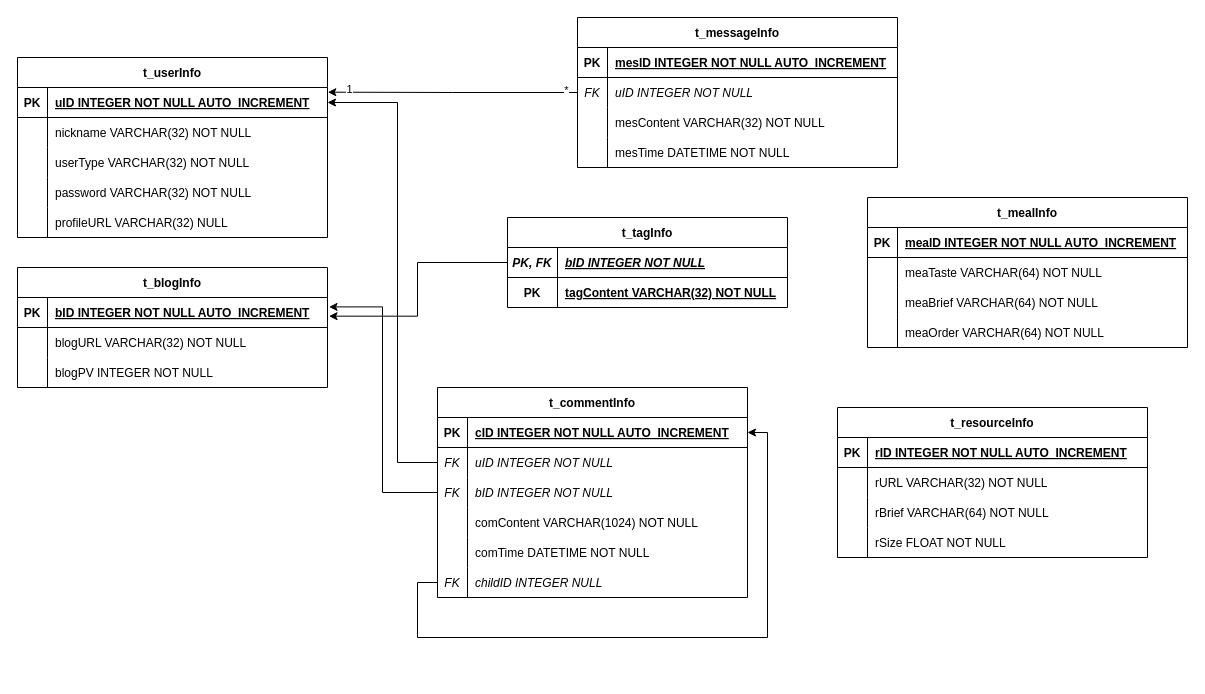
yggycs/yggycs-Blog keeps this draw.io diagram as 开发文档/figure/ER图/ERpic.drawio. Above is the earlier version. Source tidied: cells renumbered, new cells numbered last; positions are measured from the earlier drawing's top-left corner, leaving out a move shared by most shapes. Both pictures are drawn from the tidied source at 100%, with x=0, y=0 at pixel (17, 17).
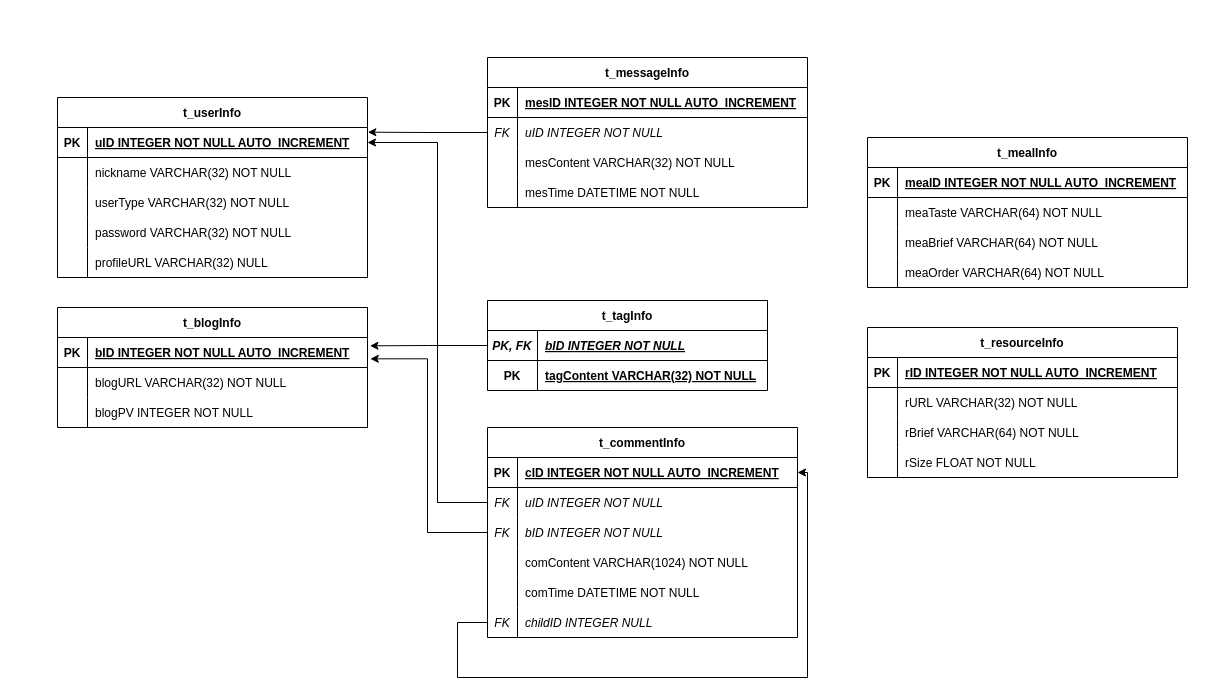
The same page after the edit.

The change refers to these unchanged cells:
```xml
<mxCell id="3" style="shape=tableRow;horizontal=0;startSize=0;swimlaneHead=0;swimlaneBody=0;fillColor=none;points=[[0,0.5],[1,0.5]];portConstraint=eastwest;strokeColor=inherit;top=0;left=0;right=0;bottom=1;" parent="2" vertex="1">
  <mxGeometry y="30" width="310" height="30" as="geometry" />
</mxCell>
<mxCell id="19" style="shape=tableRow;horizontal=0;startSize=0;swimlaneHead=0;swimlaneBody=0;fillColor=none;points=[[0,0.5],[1,0.5]];portConstraint=eastwest;strokeColor=inherit;top=0;left=0;right=0;bottom=1;" parent="18" vertex="1">
  <mxGeometry y="30" width="310" height="30" as="geometry" />
</mxCell>
<mxCell id="29" style="shape=tableRow;horizontal=0;startSize=0;swimlaneHead=0;swimlaneBody=0;fillColor=none;points=[[0,0.5],[1,0.5]];portConstraint=eastwest;strokeColor=inherit;top=0;left=0;right=0;bottom=1;" parent="28" vertex="1">
  <mxGeometry y="30" width="280" height="30" as="geometry" />
</mxCell>
<mxCell id="64" style="shape=tableRow;horizontal=0;startSize=0;swimlaneHead=0;swimlaneBody=0;fillColor=none;points=[[0,0.5],[1,0.5]];portConstraint=eastwest;strokeColor=inherit;top=0;left=0;right=0;bottom=1;" parent="63" vertex="1">
  <mxGeometry y="30" width="310" height="30" as="geometry" />
</mxCell>
<mxCell id="67" style="shape=tableRow;horizontal=0;startSize=0;swimlaneHead=0;swimlaneBody=0;fillColor=none;points=[[0,0.5],[1,0.5]];portConstraint=eastwest;strokeColor=inherit;top=0;left=0;right=0;bottom=0;" parent="63" vertex="1">
  <mxGeometry y="60" width="310" height="30" as="geometry" />
</mxCell>
<mxCell id="70" style="shape=tableRow;horizontal=0;startSize=0;swimlaneHead=0;swimlaneBody=0;fillColor=none;points=[[0,0.5],[1,0.5]];portConstraint=eastwest;strokeColor=inherit;top=0;left=0;right=0;bottom=0;" parent="63" vertex="1">
  <mxGeometry y="90" width="310" height="30" as="geometry" />
</mxCell>
<mxCell id="79" style="shape=tableRow;horizontal=0;startSize=0;swimlaneHead=0;swimlaneBody=0;fillColor=none;points=[[0,0.5],[1,0.5]];portConstraint=eastwest;strokeColor=inherit;top=0;left=0;right=0;bottom=0;" parent="63" vertex="1">
  <mxGeometry y="180" width="310" height="30" as="geometry" />
</mxCell>
<mxCell id="97" style="edgeStyle=orthogonalEdgeStyle;rounded=0;jettySize=auto;html=1;exitX=0;exitY=0.5;exitDx=0;exitDy=0;entryX=1.001;entryY=0.156;entryDx=0;entryDy=0;entryPerimeter=0;" parent="1" edge="1" source="88" target="3">
  <mxGeometry relative="1" as="geometry" />
</mxCell>
```

Change to the diagram source:
```diff
@@
     <mxCell id="2" value="t_userInfo" style="shape=table;startSize=30;childLayout=tableLayout;rowLines=0;fontStyle=1;align=center;" parent="1" vertex="1">
-      <mxGeometry y="40" width="310" height="180" as="geometry" />
+      <mxGeometry x="40" y="80" width="310" height="180" as="geometry" />
     </mxCell>
@@
     <mxCell id="18" value="t_blogInfo" style="shape=table;startSize=30;childLayout=tableLayout;rowLines=0;fontStyle=1;align=center;" parent="1" vertex="1">
-      <mxGeometry y="250" width="310" height="120" as="geometry" />
+      <mxGeometry x="40" y="290" width="310" height="120" as="geometry" />
     </mxCell>
@@
     <mxCell id="28" value="t_tagInfo" style="shape=table;startSize=30;childLayout=tableLayout;rowLines=0;fontStyle=1;align=center;" parent="1" vertex="1">
-      <mxGeometry x="490" y="200" width="280" height="90" as="geometry" />
+      <mxGeometry x="470" y="283" width="280" height="90" as="geometry" />
     </mxCell>
@@
     <mxCell id="35" value="t_mealInfo" style="shape=table;startSize=30;childLayout=tableLayout;rowLines=0;fontStyle=1;align=center;" parent="1" vertex="1">
-      <mxGeometry x="850" y="180" width="320" height="150" as="geometry" />
+      <mxGeometry x="850" y="120" width="320" height="150" as="geometry" />
     </mxCell>
@@
     <mxCell id="48" style="edgeStyle=orthogonalEdgeStyle;rounded=0;jettySize=auto;html=1;exitX=0;exitY=0.5;exitDx=0;exitDy=0;entryX=1;entryY=0.5;entryDx=0;entryDy=0;" parent="1" edge="1" source="79" target="64">
       <mxGeometry relative="1" as="geometry">
         <Array as="points">
-          <mxPoint x="400" y="565" />
-          <mxPoint x="400" y="620" />
-          <mxPoint x="750" y="620" />
-          <mxPoint x="750" y="415" />
+          <mxPoint x="440" y="605" />
+          <mxPoint x="440" y="660" />
+          <mxPoint x="790" y="660" />
+          <mxPoint x="790" y="455" />
         </Array>
       </mxGeometry>
     </mxCell>
     <mxCell id="49" value="t_resourceInfo" style="shape=table;startSize=30;childLayout=tableLayout;rowLines=0;fontStyle=1;align=center;" parent="1" vertex="1">
-      <mxGeometry x="820" y="390" width="310" height="150" as="geometry" />
+      <mxGeometry x="850" y="310" width="310" height="150" as="geometry" />
     </mxCell>
@@
-    <mxCell id="62" style="edgeStyle=orthogonalEdgeStyle;rounded=0;jettySize=auto;html=1;exitX=0;exitY=0.5;exitDx=0;exitDy=0;entryX=1.005;entryY=0.622;entryDx=0;entryDy=0;entryPerimeter=0;" parent="1" edge="1" source="29" target="19">
-      <mxGeometry relative="1" as="geometry" />
-    </mxCell>
     <mxCell id="63" value="t_commentInfo" style="shape=table;startSize=30;childLayout=tableLayout;rowLines=0;fontStyle=1;align=center;" parent="1" vertex="1">
-      <mxGeometry x="420" y="370" width="310" height="210" as="geometry" />
+      <mxGeometry x="470" y="410" width="310" height="210" as="geometry" />
     </mxCell>
@@
     <mxCell id="82" style="edgeStyle=orthogonalEdgeStyle;rounded=0;jettySize=auto;html=1;exitX=0;exitY=0.5;exitDx=0;exitDy=0;entryX=1;entryY=0.5;entryDx=0;entryDy=0;" parent="1" edge="1" source="67" target="3">
       <mxGeometry relative="1" as="geometry">
         <Array as="points">
-          <mxPoint x="380" y="445" />
-          <mxPoint x="380" y="85" />
+          <mxPoint x="420" y="485" />
+          <mxPoint x="420" y="125" />
         </Array>
       </mxGeometry>
     </mxCell>
-    <mxCell id="83" style="edgeStyle=orthogonalEdgeStyle;rounded=0;jettySize=auto;html=1;exitX=0;exitY=0.5;exitDx=0;exitDy=0;entryX=1.005;entryY=0.314;entryDx=0;entryDy=0;entryPerimeter=0;" parent="1" edge="1" source="70" target="19">
-      <mxGeometry relative="1" as="geometry" />
-    </mxCell>
     <mxCell id="84" value="t_messageInfo" style="shape=table;startSize=30;childLayout=tableLayout;rowLines=0;fontStyle=1;align=center;" parent="1" vertex="1">
-      <mxGeometry x="560" width="320" height="150" as="geometry" />
+      <mxGeometry x="470" y="40" width="320" height="150" as="geometry" />
     </mxCell>
@@
-    <mxCell id="98" value="1" style="edgeLabel;html=1;align=center;verticalAlign=middle;" parent="97" vertex="1">
-      <mxGeometry x="0.83" y="-3" relative="1" as="geometry" />
-    </mxCell>
-    <mxCell id="99" value="*" style="edgeLabel;html=1;align=center;verticalAlign=middle;" parent="97" vertex="1">
-      <mxGeometry x="-0.9" y="-3" relative="1" as="geometry" />
-    </mxCell>
+    <mxCell id="62" style="edgeStyle=orthogonalEdgeStyle;rounded=0;jettySize=auto;html=1;exitX=0;exitY=0.5;exitDx=0;exitDy=0;entryX=1.008;entryY=0.278;entryDx=0;entryDy=0;entryPerimeter=0;" parent="1" edge="1" source="29" target="19">
+      <mxGeometry relative="1" as="geometry" />
+    </mxCell>
+    <mxCell id="83" style="edgeStyle=orthogonalEdgeStyle;rounded=0;jettySize=auto;html=1;exitX=0;exitY=0.5;exitDx=0;exitDy=0;entryX=1.009;entryY=0.711;entryDx=0;entryDy=0;entryPerimeter=0;" parent="1" edge="1" source="70" target="19">
+      <mxGeometry relative="1" as="geometry" />
+    </mxCell>
```
